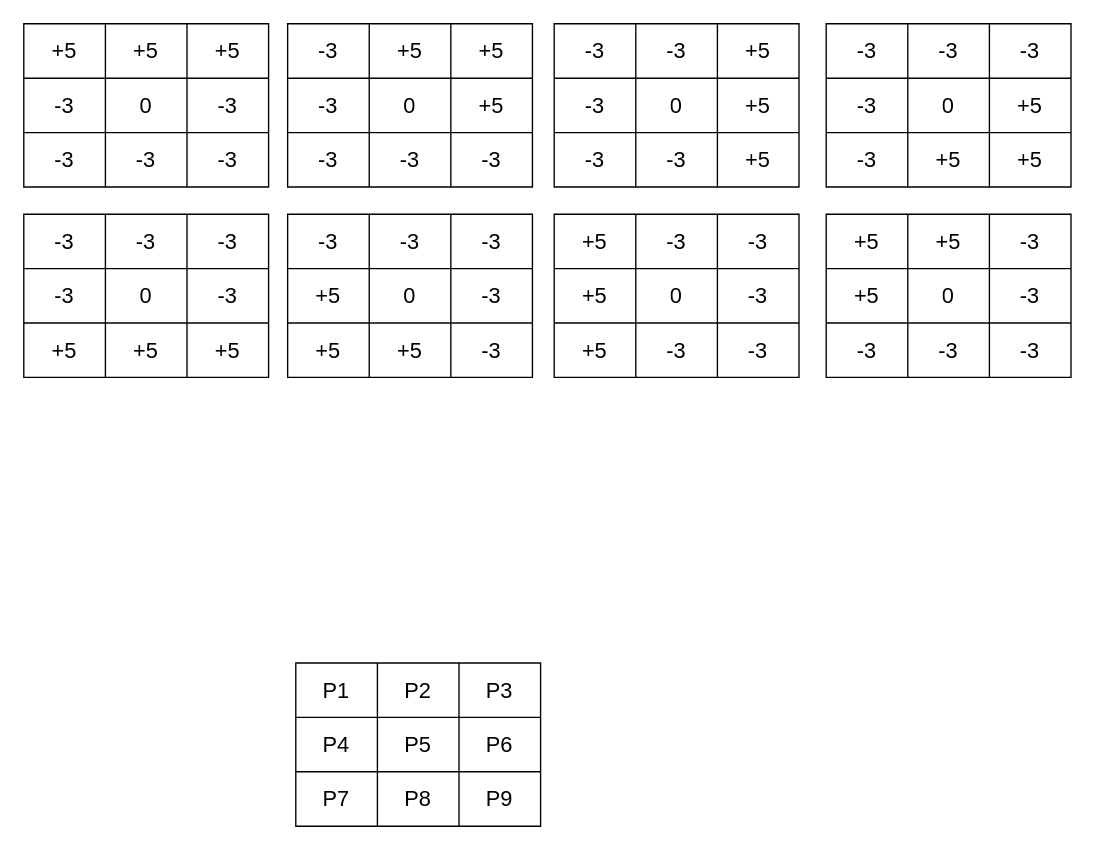
Before: page "第 1 页" (1 of 3) of 未命名绘图.drawio in yyy-router/drawio, a draw.io diagram. Source tidied: cells renumbered, new cells numbered last; positions are measured from the earlier drawing's top-left corner, leaving out a move shared by most shapes. Both pictures are drawn from the tidied source at 136%, with x=0, y=0 at pixel (23, 23).
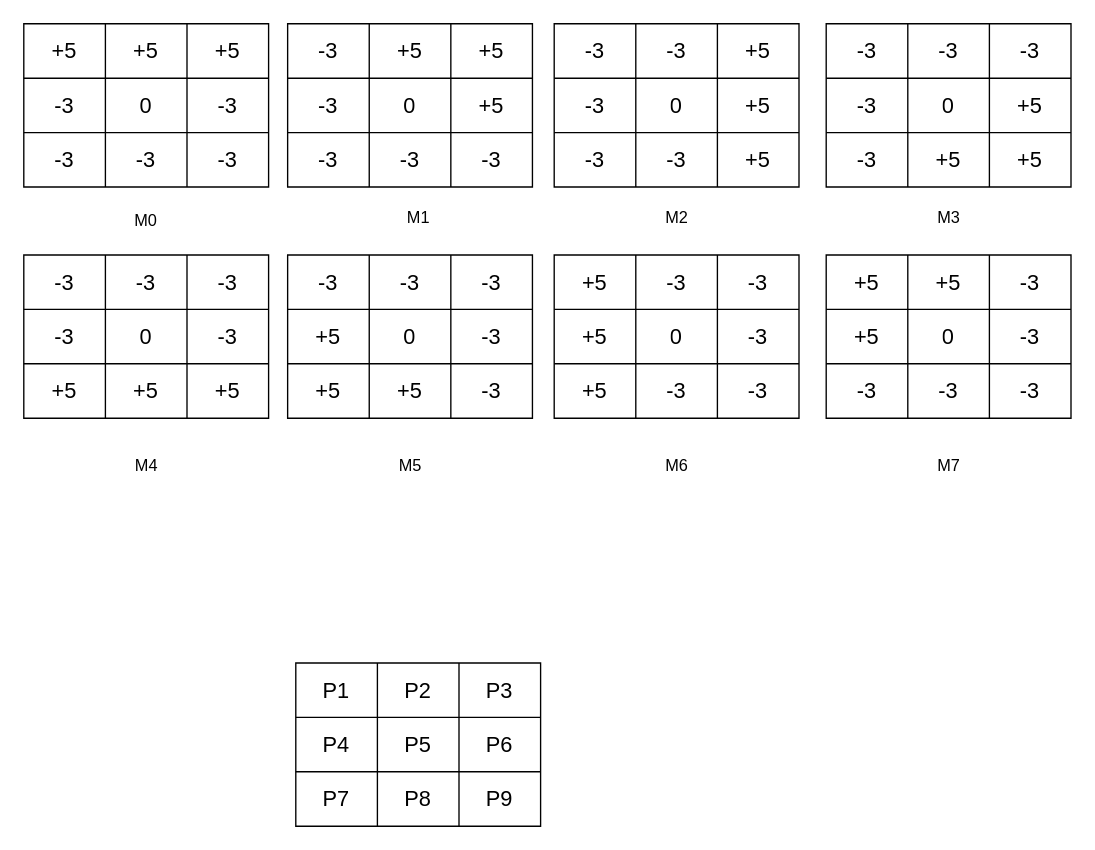
After the change.

Commit message (it also covers changes not shown here):
更新未命名绘图.drawio

The edit, as a diff of the source:
```diff
@@
     <mxCell id="54" style="shape=table;startSize=0;childLayout=tableLayout;fontSize=16;" parent="1" vertex="1">
-      <mxGeometry y="140" width="180" height="120" as="geometry" />
+      <mxGeometry y="170" width="180" height="120" as="geometry" />
     </mxCell>
@@
     <mxCell id="67" style="shape=table;startSize=0;childLayout=tableLayout;fontSize=16;" parent="1" vertex="1">
-      <mxGeometry x="194" y="140" width="180" height="120" as="geometry" />
+      <mxGeometry x="194" y="170" width="180" height="120" as="geometry" />
     </mxCell>
@@
     <mxCell id="80" style="shape=table;startSize=0;childLayout=tableLayout;fontSize=16;" parent="1" vertex="1">
-      <mxGeometry x="390" y="140" width="180" height="120" as="geometry" />
+      <mxGeometry x="390" y="170" width="180" height="120" as="geometry" />
     </mxCell>
@@
     <mxCell id="93" style="shape=table;startSize=0;childLayout=tableLayout;fontSize=16;" parent="1" vertex="1">
-      <mxGeometry x="590" y="140" width="180" height="120" as="geometry" />
+      <mxGeometry x="590" y="170" width="180" height="120" as="geometry" />
     </mxCell>
@@
+    <mxCell id="119" value="M0" style="text;html=1;strokeColor=none;fillColor=none;align=center;verticalAlign=middle;whiteSpace=wrap;rounded=0;" parent="1" vertex="1">
+      <mxGeometry x="60" y="130" width="60" height="30" as="geometry" />
+    </mxCell>
+    <mxCell id="120" value="M1" style="text;html=1;align=center;verticalAlign=middle;strokeColor=none;fillColor=none;" parent="1" vertex="1">
+      <mxGeometry x="270" y="128" width="40" height="30" as="geometry" />
+    </mxCell>
+    <mxCell id="121" value="M2" style="text;html=1;align=center;verticalAlign=middle;strokeColor=none;fillColor=none;" parent="1" vertex="1">
+      <mxGeometry x="460" y="128" width="40" height="30" as="geometry" />
+    </mxCell>
+    <mxCell id="122" value="M3" style="text;html=1;align=center;verticalAlign=middle;strokeColor=none;fillColor=none;" parent="1" vertex="1">
+      <mxGeometry x="660" y="128" width="40" height="30" as="geometry" />
+    </mxCell>
+    <mxCell id="123" value="M4" style="text;html=1;align=center;verticalAlign=middle;strokeColor=none;fillColor=none;" parent="1" vertex="1">
+      <mxGeometry x="70" y="310" width="40" height="30" as="geometry" />
+    </mxCell>
+    <mxCell id="124" value="M5" style="text;html=1;align=center;verticalAlign=middle;strokeColor=none;fillColor=none;" parent="1" vertex="1">
+      <mxGeometry x="264" y="310" width="40" height="30" as="geometry" />
+    </mxCell>
+    <mxCell id="125" value="M6" style="text;html=1;align=center;verticalAlign=middle;strokeColor=none;fillColor=none;" parent="1" vertex="1">
+      <mxGeometry x="460" y="310" width="40" height="30" as="geometry" />
+    </mxCell>
+    <mxCell id="126" value="M7" style="text;html=1;align=center;verticalAlign=middle;strokeColor=none;fillColor=none;" parent="1" vertex="1">
+      <mxGeometry x="660" y="310" width="40" height="30" as="geometry" />
+    </mxCell>
```
